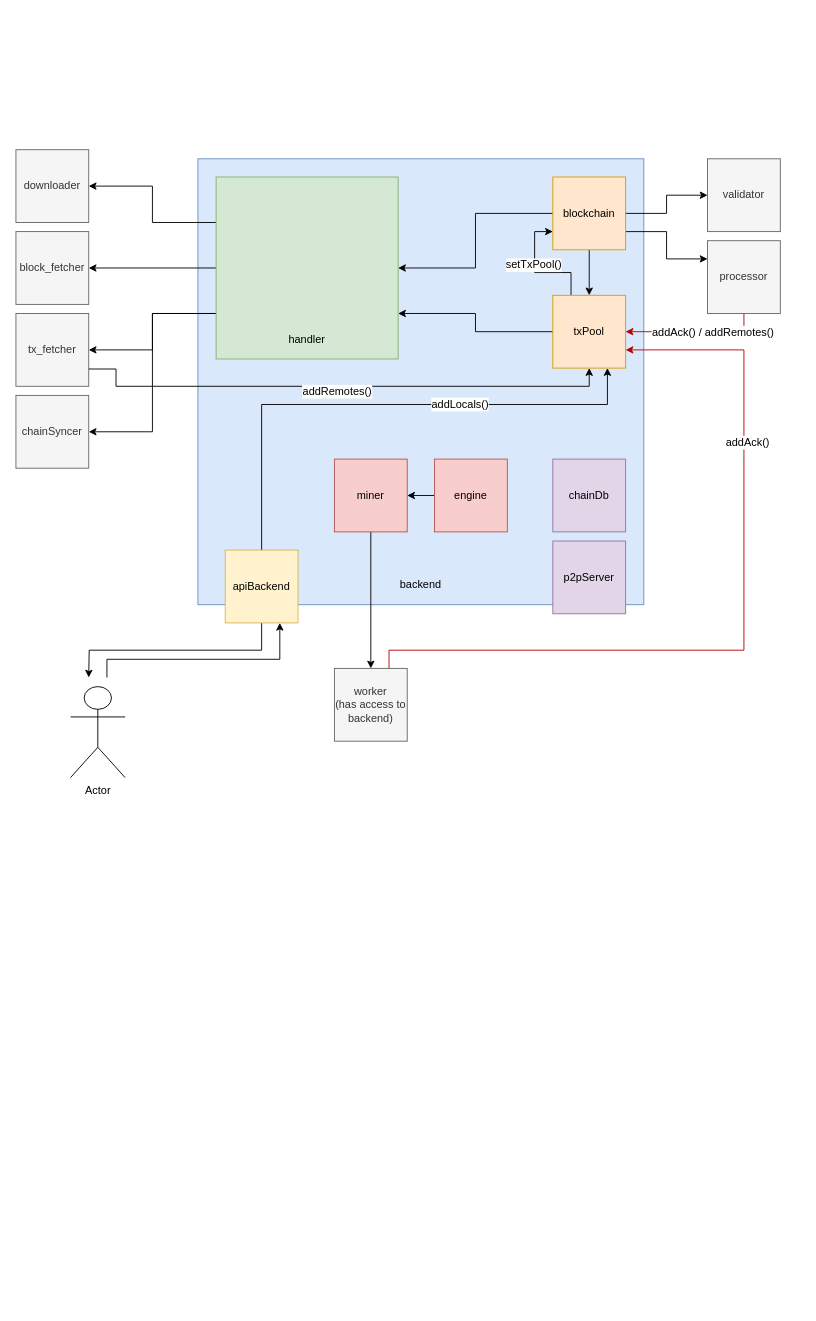
This is data/eth_backend.drawio from yannvon/cascadeth, a draw.io file, before an edit. Source tidied: cells renumbered, new cells numbered last; positions are measured from the earlier drawing's top-left corner, leaving out a move shared by most shapes. Both pictures are drawn from the tidied source at 91%, with x=0, y=0 at pixel (15, 149).
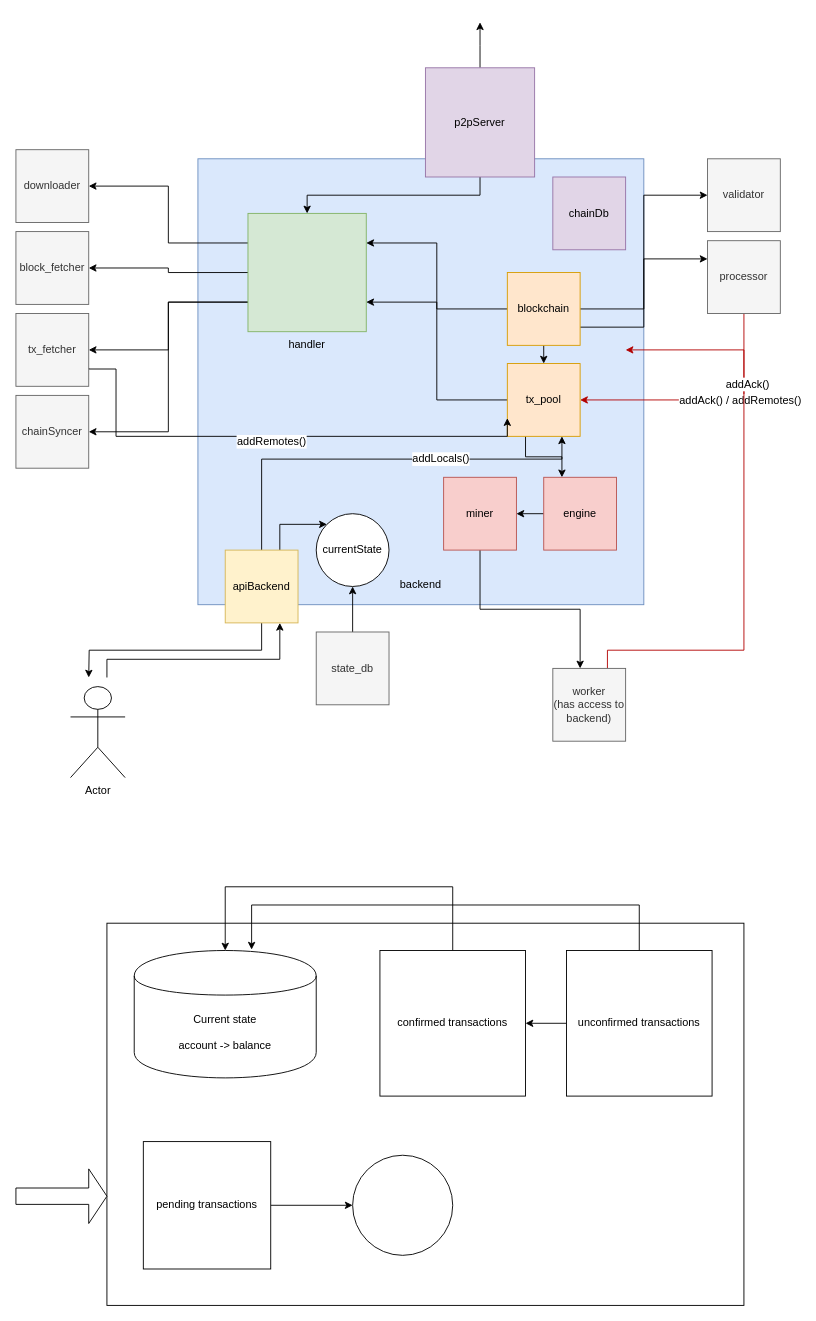
Above is the later version.

Commit message (it also covers changes not shown here):
New diagrams for report

Unchanged cells that the change refers to:
```xml
<mxCell id="29" value="tx_fetcher" style="whiteSpace=wrap;html=1;fillColor=#f5f5f5;strokeColor=#666666;fontColor=#333333;" parent="1" vertex="1">
  <mxGeometry y="180" width="80" height="80" as="geometry" />
</mxCell>
<mxCell id="39" value="apiBackend" style="whiteSpace=wrap;html=1;fillColor=#fff2cc;strokeColor=#d6b656;" parent="1" vertex="1">
  <mxGeometry x="230" y="440" width="80" height="80" as="geometry" />
</mxCell>
```

Change to the diagram source:
```diff
@@
+    <mxCell id="42" style="rounded=0;whiteSpace=wrap;html=1;fillColor=none;" parent="1" vertex="1">
+      <mxGeometry x="100" y="850" width="700" height="420" as="geometry" />
+    </mxCell>
@@
     <mxCell id="7" value="&lt;br&gt;&lt;br&gt;&lt;br&gt;&lt;br&gt;&lt;br&gt;&lt;br&gt;&lt;br&gt;&lt;br&gt;&lt;br&gt;&lt;br&gt;&lt;br&gt;handler" style="whiteSpace=wrap;html=1;fillColor=#d5e8d4;strokeColor=#82b366;" parent="1" vertex="1">
-      <mxGeometry x="220" y="30" width="200" height="200" as="geometry" />
+      <mxGeometry x="255" y="70" width="130" height="130" as="geometry" />
     </mxCell>
-    <mxCell id="8" style="edgeStyle=orthogonalEdgeStyle;rounded=0;jettySize=auto;html=1;exitX=0;exitY=0.5;exitDx=0;exitDy=0;entryX=1;entryY=0.5;entryDx=0;entryDy=0;" parent="1" edge="1" source="12" target="7">
+    <mxCell id="8" style="edgeStyle=orthogonalEdgeStyle;rounded=0;jettySize=auto;html=1;exitX=0;exitY=0.5;exitDx=0;exitDy=0;entryX=1;entryY=0.25;entryDx=0;entryDy=0;" parent="1" edge="1" source="12" target="7">
       <mxGeometry relative="1" as="geometry" />
     </mxCell>
@@
     <mxCell id="12" value="blockchain" style="whiteSpace=wrap;html=1;fillColor=#ffe6cc;strokeColor=#d79b00;" parent="1" vertex="1">
-      <mxGeometry x="590" y="30" width="80" height="80" as="geometry" />
+      <mxGeometry x="540" y="135" width="80" height="80" as="geometry" />
     </mxCell>
@@
-    <mxCell id="14" style="edgeStyle=orthogonalEdgeStyle;rounded=0;jettySize=auto;html=1;exitX=0.25;exitY=0;exitDx=0;exitDy=0;entryX=0;entryY=0.75;entryDx=0;entryDy=0;startArrow=none;startFill=0;endArrow=classic;endFill=1;" parent="1" edge="1" source="16" target="12">
-      <mxGeometry relative="1" as="geometry" />
-    </mxCell>
-    <mxCell id="15" value="setTxPool()" style="text;html=1;align=center;verticalAlign=middle;labelBackgroundColor=#ffffff;" parent="14" vertex="1">
-      <mxGeometry x="0.14" y="2" relative="1" as="geometry" />
-    </mxCell>
+    <mxCell id="43" style="edgeStyle=orthogonalEdgeStyle;rounded=0;jettySize=auto;html=1;exitX=0.25;exitY=1;exitDx=0;exitDy=0;entryX=0.25;entryY=0;entryDx=0;entryDy=0;" parent="1" edge="1" source="16" target="32">
+      <mxGeometry relative="1" as="geometry" />
+    </mxCell>
-    <mxCell id="16" value="txPool" style="whiteSpace=wrap;html=1;fillColor=#ffe6cc;strokeColor=#d79b00;" parent="1" vertex="1">
-      <mxGeometry x="590" y="160" width="80" height="80" as="geometry" />
+    <mxCell id="16" value="tx_pool" style="whiteSpace=wrap;html=1;fillColor=#ffe6cc;strokeColor=#d79b00;" parent="1" vertex="1">
+      <mxGeometry x="540" y="235" width="80" height="80" as="geometry" />
     </mxCell>
     <mxCell id="17" value="chainDb" style="whiteSpace=wrap;html=1;fillColor=#e1d5e7;strokeColor=#9673a6;" parent="1" vertex="1">
-      <mxGeometry x="590" y="340" width="80" height="80" as="geometry" />
+      <mxGeometry x="590" y="30" width="80" height="80" as="geometry" />
     </mxCell>
+    <mxCell id="44" style="edgeStyle=orthogonalEdgeStyle;rounded=0;jettySize=auto;html=1;exitX=0.5;exitY=0;exitDx=0;exitDy=0;" parent="1" edge="1" source="18">
+      <mxGeometry relative="1" as="geometry">
+        <mxPoint x="510" y="-140" as="targetPoint" />
+      </mxGeometry>
+    </mxCell>
+    <mxCell id="45" style="edgeStyle=orthogonalEdgeStyle;rounded=0;jettySize=auto;html=1;exitX=0.5;exitY=1;exitDx=0;exitDy=0;entryX=0.5;entryY=0;entryDx=0;entryDy=0;" parent="1" edge="1" source="18" target="7">
+      <mxGeometry relative="1" as="geometry" />
+    </mxCell>
     <mxCell id="18" value="p2pServer" style="whiteSpace=wrap;html=1;fillColor=#e1d5e7;strokeColor=#9673a6;" parent="1" vertex="1">
-      <mxGeometry x="590" y="430" width="80" height="80" as="geometry" />
+      <mxGeometry x="450" y="-90" width="120" height="120" as="geometry" />
     </mxCell>
-    <mxCell id="19" style="edgeStyle=orthogonalEdgeStyle;rounded=0;jettySize=auto;html=1;exitX=0.5;exitY=1;exitDx=0;exitDy=0;" parent="1" edge="1" source="20">
-      <mxGeometry relative="1" as="geometry">
-        <mxPoint x="390" y="570" as="targetPoint" />
-      </mxGeometry>
+    <mxCell id="19" style="edgeStyle=orthogonalEdgeStyle;rounded=0;jettySize=auto;html=1;exitX=0.5;exitY=1;exitDx=0;exitDy=0;entryX=0.375;entryY=0;entryDx=0;entryDy=0;entryPerimeter=0;" parent="1" edge="1" source="20" target="35">
+      <mxGeometry relative="1" as="geometry" />
     </mxCell>
     <mxCell id="20" value="miner" style="whiteSpace=wrap;html=1;fillColor=#f8cecc;strokeColor=#b85450;" parent="1" vertex="1">
-      <mxGeometry x="350" y="340" width="80" height="80" as="geometry" />
+      <mxGeometry x="470" y="360" width="80" height="80" as="geometry" />
     </mxCell>
@@
-    <mxCell id="27" style="edgeStyle=orthogonalEdgeStyle;rounded=0;jettySize=auto;html=1;exitX=1;exitY=0.75;exitDx=0;exitDy=0;entryX=0.5;entryY=1;entryDx=0;entryDy=0;" parent="1" edge="1" source="29" target="16">
+    <mxCell id="27" style="edgeStyle=orthogonalEdgeStyle;rounded=0;jettySize=auto;html=1;exitX=1;exitY=0.75;exitDx=0;exitDy=0;entryX=0;entryY=0.75;entryDx=0;entryDy=0;" parent="1" edge="1" source="29" target="16">
       <mxGeometry relative="1" as="geometry">
         <Array as="points">
           <mxPoint x="80" y="241" />
           <mxPoint x="110" y="241" />
-          <mxPoint x="110" y="260" />
-          <mxPoint x="630" y="260" />
+          <mxPoint x="110" y="315" />
+          <mxPoint x="540" y="315" />
         </Array>
       </mxGeometry>
     </mxCell>
@@
     <mxCell id="32" value="engine" style="whiteSpace=wrap;html=1;fillColor=#f8cecc;strokeColor=#b85450;" parent="1" vertex="1">
-      <mxGeometry x="460" y="340" width="80" height="80" as="geometry" />
+      <mxGeometry x="580" y="360" width="80" height="80" as="geometry" />
     </mxCell>
     <mxCell id="33" style="edgeStyle=orthogonalEdgeStyle;rounded=0;jettySize=auto;html=1;exitX=0.75;exitY=0;exitDx=0;exitDy=0;fillColor=#e51400;strokeColor=#B20000;" parent="1" edge="1" source="35">
       <mxGeometry relative="1" as="geometry">
         <mxPoint x="670" y="220" as="targetPoint" />
         <Array as="points">
-          <mxPoint x="410" y="550" />
+          <mxPoint x="650" y="550" />
           <mxPoint x="800" y="550" />
           <mxPoint x="800" y="220" />
         </Array>
       </mxGeometry>
     </mxCell>
@@
     <mxCell id="35" value="worker&lt;br&gt;(has access to backend)" style="whiteSpace=wrap;html=1;fillColor=#f5f5f5;strokeColor=#666666;fontColor=#333333;" parent="1" vertex="1">
-      <mxGeometry x="350" y="570" width="80" height="80" as="geometry" />
+      <mxGeometry x="590" y="570" width="80" height="80" as="geometry" />
     </mxCell>
     <mxCell id="36" style="edgeStyle=orthogonalEdgeStyle;rounded=0;jettySize=auto;html=1;exitX=0.5;exitY=0;exitDx=0;exitDy=0;entryX=0.75;entryY=1;entryDx=0;entryDy=0;" parent="1" edge="1" source="39" target="16">
       <mxGeometry relative="1" as="geometry">
         <Array as="points">
-          <mxPoint x="270" y="280" />
-          <mxPoint x="650" y="280" />
+          <mxPoint x="270" y="340" />
+          <mxPoint x="600" y="340" />
         </Array>
       </mxGeometry>
     </mxCell>
@@
+    <mxCell id="46" style="edgeStyle=orthogonalEdgeStyle;rounded=0;jettySize=auto;html=1;exitX=0.75;exitY=0;exitDx=0;exitDy=0;entryX=0;entryY=0;entryDx=0;entryDy=0;" parent="1" edge="1" source="39" target="51">
+      <mxGeometry relative="1" as="geometry" />
+    </mxCell>
@@
+    <mxCell id="47" value="Current state&lt;br&gt;&lt;br&gt;account -&amp;gt; balance" style="shape=cylinder;whiteSpace=wrap;html=1;boundedLbl=1;backgroundOutline=1;" parent="1" vertex="1">
+      <mxGeometry x="130" y="880" width="200" height="140" as="geometry" />
+    </mxCell>
+    <mxCell id="48" style="edgeStyle=orthogonalEdgeStyle;rounded=0;jettySize=auto;html=1;exitX=0.5;exitY=0;exitDx=0;exitDy=0;entryX=0.645;entryY=-0.007;entryDx=0;entryDy=0;entryPerimeter=0;" parent="1" edge="1" source="50" target="47">
+      <mxGeometry relative="1" as="geometry">
+        <Array as="points">
+          <mxPoint x="685" y="830" />
+          <mxPoint x="259" y="830" />
+        </Array>
+      </mxGeometry>
+    </mxCell>
+    <mxCell id="49" style="edgeStyle=orthogonalEdgeStyle;rounded=0;jettySize=auto;html=1;exitX=0;exitY=0.5;exitDx=0;exitDy=0;" parent="1" edge="1" source="50" target="55">
+      <mxGeometry relative="1" as="geometry" />
+    </mxCell>
+    <mxCell id="50" value="unconfirmed transactions" style="whiteSpace=wrap;html=1;" parent="1" vertex="1">
+      <mxGeometry x="605" y="880" width="160" height="160" as="geometry" />
+    </mxCell>
+    <mxCell id="51" value="currentState" style="ellipse;whiteSpace=wrap;html=1;" parent="1" vertex="1">
+      <mxGeometry x="330" y="400" width="80" height="80" as="geometry" />
+    </mxCell>
+    <mxCell id="52" style="edgeStyle=orthogonalEdgeStyle;rounded=0;jettySize=auto;html=1;exitX=0.5;exitY=0;exitDx=0;exitDy=0;entryX=0.5;entryY=1;entryDx=0;entryDy=0;" parent="1" edge="1" source="53" target="51">
+      <mxGeometry relative="1" as="geometry" />
+    </mxCell>
+    <mxCell id="53" value="state_db" style="whiteSpace=wrap;html=1;fillColor=#f5f5f5;strokeColor=#666666;fontColor=#333333;" parent="1" vertex="1">
+      <mxGeometry x="330" y="530" width="80" height="80" as="geometry" />
+    </mxCell>
+    <mxCell id="54" style="edgeStyle=orthogonalEdgeStyle;rounded=0;jettySize=auto;html=1;exitX=0.5;exitY=0;exitDx=0;exitDy=0;entryX=0.5;entryY=0;entryDx=0;entryDy=0;" parent="1" edge="1" source="55" target="47">
+      <mxGeometry relative="1" as="geometry">
+        <Array as="points">
+          <mxPoint x="480" y="810" />
+          <mxPoint x="230" y="810" />
+        </Array>
+      </mxGeometry>
+    </mxCell>
+    <mxCell id="55" value="confirmed transactions" style="whiteSpace=wrap;html=1;" parent="1" vertex="1">
+      <mxGeometry x="400" y="880" width="160" height="160" as="geometry" />
+    </mxCell>
+    <mxCell id="56" style="edgeStyle=orthogonalEdgeStyle;rounded=0;jettySize=auto;html=1;exitX=1;exitY=0.5;exitDx=0;exitDy=0;entryX=0;entryY=0.5;entryDx=0;entryDy=0;" parent="1" edge="1" source="57" target="59">
+      <mxGeometry relative="1" as="geometry" />
+    </mxCell>
+    <mxCell id="57" value="pending transactions" style="whiteSpace=wrap;html=1;" parent="1" vertex="1">
+      <mxGeometry x="140" y="1090" width="140" height="140" as="geometry" />
+    </mxCell>
+    <mxCell id="58" style="shape=singleArrow;whiteSpace=wrap;html=1;" parent="1" vertex="1">
+      <mxGeometry y="1120" width="100" height="60" as="geometry" />
+    </mxCell>
+    <mxCell id="59" style="ellipse;whiteSpace=wrap;html=1;" parent="1" vertex="1">
+      <mxGeometry x="370" y="1105" width="110" height="110" as="geometry" />
+    </mxCell>
```
